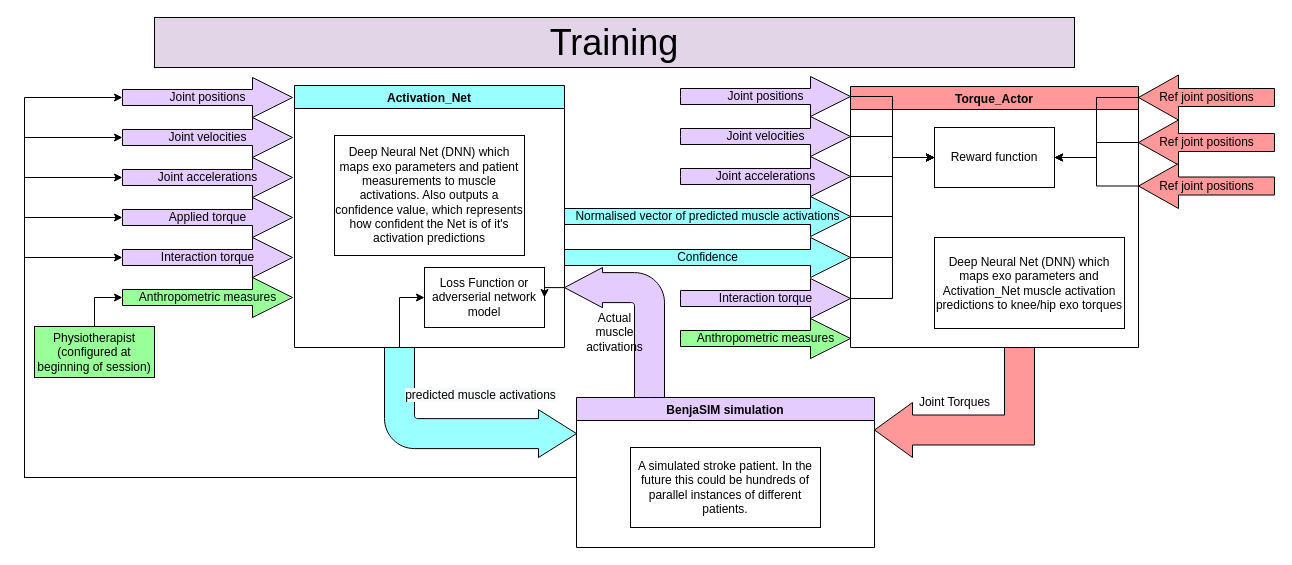
The draw.io diagram Exo_Net_train.drawio in LeoCain/MASS_EXO, before the edit. Source tidied: cells renumbered, new cells numbered last; positions are measured from the earlier drawing's top-left corner, leaving out a move shared by most shapes. Both pictures are drawn from the tidied source at 100%, with x=0, y=0 at pixel (24, 17).
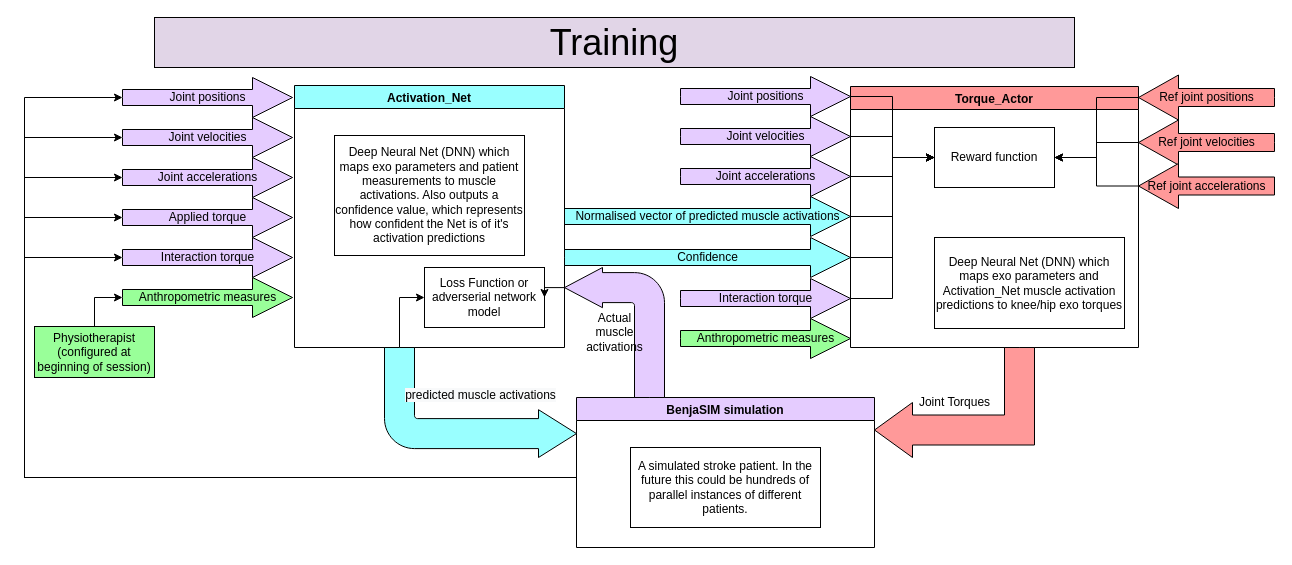
The same page after the edit.

Commit message:
update torque actor input arrows

The edit, as a diff of the source:
```diff
@@
-    <mxCell id="45" value="Ref joint positions" style="html=1;shadow=0;dashed=0;align=center;verticalAlign=middle;shape=mxgraph.arrows2.arrow;dy=0.6;dx=40;flipH=1;notch=0;fillColor=#FF9999;" parent="1" vertex="1">
+    <mxCell id="45" value="Ref joint velocities" style="html=1;shadow=0;dashed=0;align=center;verticalAlign=middle;shape=mxgraph.arrows2.arrow;dy=0.6;dx=40;flipH=1;notch=0;fillColor=#FF9999;" parent="1" vertex="1">
       <mxGeometry x="1114" y="102.5" width="136" height="45" as="geometry" />
     </mxCell>
@@
-    <mxCell id="47" value="Ref joint positions" style="html=1;shadow=0;dashed=0;align=center;verticalAlign=middle;shape=mxgraph.arrows2.arrow;dy=0.6;dx=40;flipH=1;notch=0;fillColor=#FF9999;" parent="1" vertex="1">
+    <mxCell id="47" value="Ref joint accelerations" style="html=1;shadow=0;dashed=0;align=center;verticalAlign=middle;shape=mxgraph.arrows2.arrow;dy=0.6;dx=40;flipH=1;notch=0;fillColor=#FF9999;" parent="1" vertex="1">
       <mxGeometry x="1114" y="146" width="136" height="45" as="geometry" />
     </mxCell>
```
